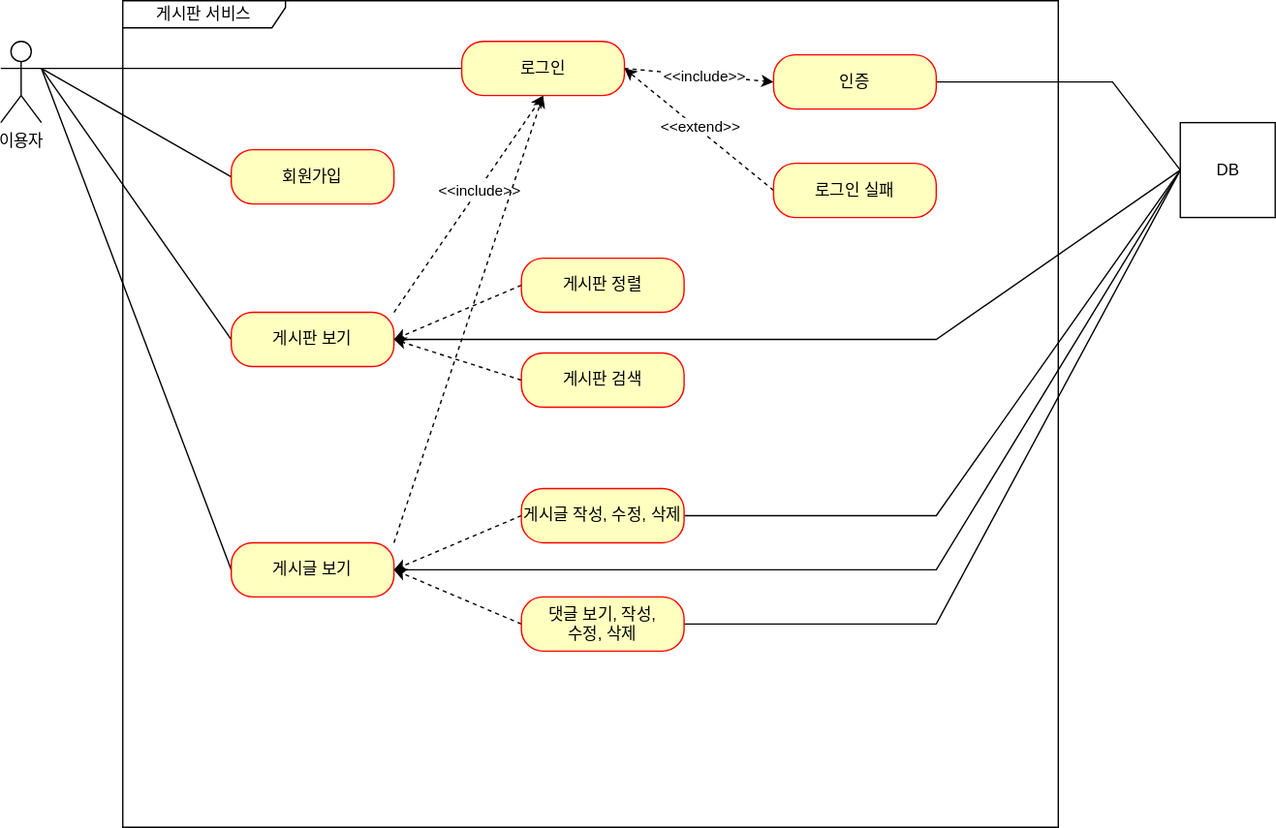
23Yong/Board keeps this draw.io diagram as document/use-case.svg. Above is the earlier version. Source tidied: cells renumbered, new cells last; positions are measured from the earlier drawing's top-left corner, leaving out a move shared by most shapes.
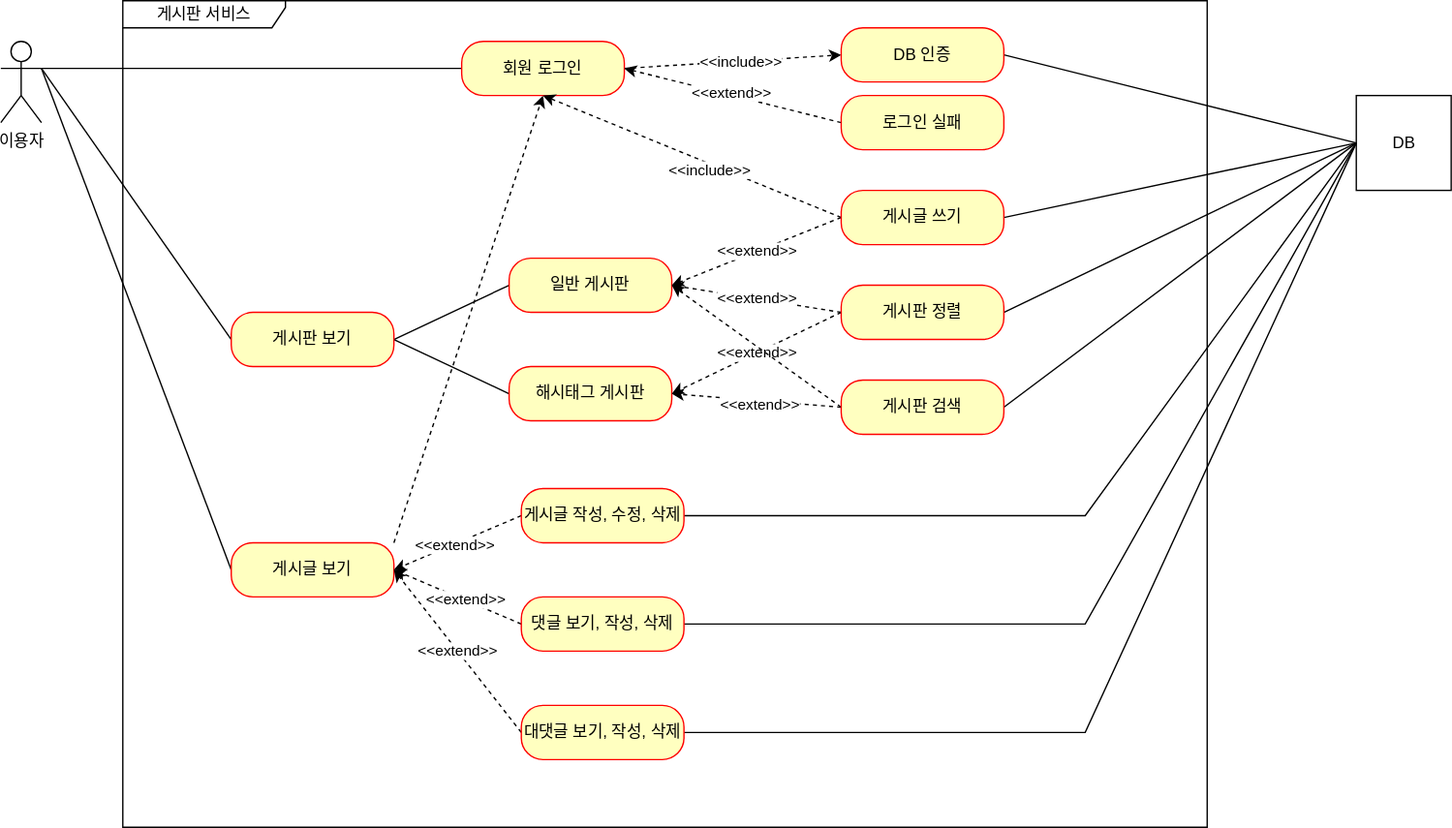
The same file after the commit.

Commit message:
#61 - usecase 업데이트: use-case.svg

What changed in the source:
```diff
@@ -3,33 +3,20 @@
     <mxCell id="0" />
     <mxCell id="1" parent="0" />
     <mxCell id="2" value="게시판 서비스" style="shape=umlFrame;whiteSpace=wrap;html=1;width=120;height=20;" parent="1" vertex="1">
-      <mxGeometry x="90" width="690" height="610" as="geometry" />
+      <mxGeometry x="90" width="800" height="610" as="geometry" />
     </mxCell>
     <mxCell id="3" value="이용자" style="shape=umlActor;verticalLabelPosition=bottom;verticalAlign=top;html=1;" parent="1" vertex="1">
       <mxGeometry y="30" width="30" height="60" as="geometry" />
     </mxCell>
-    <mxCell id="4" style="rounded=0;jettySize=auto;html=1;exitX=0;exitY=0.5;exitDx=0;exitDy=0;entryX=1;entryY=0.3333333333333333;entryDx=0;entryDy=0;entryPerimeter=0;strokeColor=default;endArrow=none;endFill=0;" parent="1" edge="1" source="5" target="3">
-      <mxGeometry relative="1" as="geometry" />
-    </mxCell>
-    <mxCell id="5" value="회원가입" style="rounded=1;whiteSpace=wrap;html=1;arcSize=40;fontColor=#000000;fillColor=#ffffc0;strokeColor=#ff0000;" parent="1" vertex="1">
-      <mxGeometry x="170" y="110" width="120" height="40" as="geometry" />
-    </mxCell>
     <mxCell id="6" style="rounded=0;jettySize=auto;html=1;exitX=0;exitY=0.5;exitDx=0;exitDy=0;entryX=1;entryY=0.3333333333333333;entryDx=0;entryDy=0;entryPerimeter=0;endArrow=none;endFill=0;strokeColor=default;" parent="1" edge="1" source="10" target="3">
       <mxGeometry relative="1" as="geometry" />
     </mxCell>
-    <mxCell id="7" style="edgeStyle=none;rounded=0;jettySize=auto;html=1;exitX=1;exitY=0;exitDx=0;exitDy=0;entryX=0.5;entryY=1;entryDx=0;entryDy=0;dashed=1;endArrow=classic;endFill=1;strokeColor=default;" parent="1" edge="1" source="10" target="18">
-      <mxGeometry relative="1" as="geometry" />
-    </mxCell>
-    <mxCell id="8" value="&amp;lt;&amp;lt;include&amp;gt;&amp;gt;" style="edgeLabel;html=1;align=center;verticalAlign=middle;" parent="7" vertex="1">
-      <mxGeometry x="0.13" relative="1" as="geometry" />
-    </mxCell>
-    <mxCell id="9" style="edgeStyle=none;rounded=0;jettySize=auto;html=1;exitX=1;exitY=0.5;exitDx=0;exitDy=0;entryX=0;entryY=0.5;entryDx=0;entryDy=0;endArrow=none;endFill=0;strokeColor=default;" parent="1" edge="1" source="10" target="34">
-      <mxGeometry relative="1" as="geometry">
-        <Array as="points">
-          <mxPoint x="690" y="250" />
-        </Array>
-      </mxGeometry>
-    </mxCell>
+    <mxCell id="35" style="rounded=0;jettySize=auto;html=1;exitX=1;exitY=0.5;exitDx=0;exitDy=0;entryX=0;entryY=0.5;entryDx=0;entryDy=0;endArrow=none;endFill=0;" parent="1" edge="1" source="10" target="39">
+      <mxGeometry relative="1" as="geometry" />
+    </mxCell>
+    <mxCell id="36" style="edgeStyle=none;rounded=0;jettySize=auto;html=1;exitX=1;exitY=0.5;exitDx=0;exitDy=0;entryX=0;entryY=0.5;entryDx=0;entryDy=0;endArrow=none;endFill=0;" parent="1" edge="1" source="10" target="40">
+      <mxGeometry relative="1" as="geometry" />
+    </mxCell>
     <mxCell id="10" value="게시판 보기" style="rounded=1;whiteSpace=wrap;html=1;arcSize=40;fontColor=#000000;fillColor=#ffffc0;strokeColor=#ff0000;" parent="1" vertex="1">
       <mxGeometry x="170" y="230" width="120" height="40" as="geometry" />
     </mxCell>
@@ -39,13 +26,6 @@
     <mxCell id="12" style="edgeStyle=none;rounded=0;jettySize=auto;html=1;exitX=1;exitY=0;exitDx=0;exitDy=0;dashed=1;endArrow=classic;endFill=1;strokeColor=default;entryX=0.5;entryY=1;entryDx=0;entryDy=0;" parent="1" edge="1" source="14" target="18">
       <mxGeometry relative="1" as="geometry" />
     </mxCell>
-    <mxCell id="13" style="edgeStyle=none;rounded=0;jettySize=auto;html=1;exitX=1;exitY=0.5;exitDx=0;exitDy=0;entryX=0;entryY=0.5;entryDx=0;entryDy=0;endArrow=none;endFill=0;strokeColor=default;" parent="1" edge="1" source="14" target="34">
-      <mxGeometry relative="1" as="geometry">
-        <Array as="points">
-          <mxPoint x="690" y="420" />
-        </Array>
-      </mxGeometry>
-    </mxCell>
     <mxCell id="14" value="게시글 보기" style="rounded=1;whiteSpace=wrap;html=1;arcSize=40;fontColor=#000000;fillColor=#ffffc0;strokeColor=#ff0000;" parent="1" vertex="1">
       <mxGeometry x="170" y="400" width="120" height="40" as="geometry" />
     </mxCell>
@@ -58,7 +38,7 @@
     <mxCell id="17" value="&amp;lt;&amp;lt;include&amp;gt;&amp;gt;" style="edgeLabel;html=1;align=center;verticalAlign=middle;" parent="16" vertex="1">
       <mxGeometry x="0.07" relative="1" as="geometry" />
     </mxCell>
-    <mxCell id="18" value="로그인" style="rounded=1;whiteSpace=wrap;html=1;arcSize=40;fontColor=#000000;fillColor=#ffffc0;strokeColor=#ff0000;" parent="1" vertex="1">
+    <mxCell id="18" value="회원 로그인" style="rounded=1;whiteSpace=wrap;html=1;arcSize=40;fontColor=#000000;fillColor=#ffffc0;strokeColor=#ff0000;" parent="1" vertex="1">
       <mxGeometry x="340" y="30" width="120" height="40" as="geometry" />
     </mxCell>
     <mxCell id="19" style="edgeStyle=none;rounded=0;jettySize=auto;html=1;exitX=1;exitY=0.5;exitDx=0;exitDy=0;entryX=0;entryY=0.5;entryDx=0;entryDy=0;endArrow=none;endFill=0;strokeColor=default;" parent="1" edge="1" source="20" target="34">
@@ -68,8 +48,8 @@
         </Array>
       </mxGeometry>
     </mxCell>
-    <mxCell id="20" value="인증" style="rounded=1;whiteSpace=wrap;html=1;arcSize=40;fontColor=#000000;fillColor=#ffffc0;strokeColor=#ff0000;" parent="1" vertex="1">
-      <mxGeometry x="570" y="40" width="120" height="40" as="geometry" />
+    <mxCell id="20" value="DB 인증" style="rounded=1;whiteSpace=wrap;html=1;arcSize=40;fontColor=#000000;fillColor=#ffffc0;strokeColor=#ff0000;" parent="1" vertex="1">
+      <mxGeometry x="620" y="20" width="120" height="40" as="geometry" />
     </mxCell>
     <mxCell id="21" style="edgeStyle=none;rounded=0;jettySize=auto;html=1;exitX=0;exitY=0.5;exitDx=0;exitDy=0;entryX=1;entryY=0.5;entryDx=0;entryDy=0;endArrow=classic;endFill=1;strokeColor=default;dashed=1;" parent="1" edge="1" source="23" target="18">
       <mxGeometry relative="1" as="geometry" />
@@ -78,27 +58,18 @@
       <mxGeometry x="0.02" y="-2" relative="1" as="geometry" />
     </mxCell>
     <mxCell id="23" value="로그인 실패" style="rounded=1;whiteSpace=wrap;html=1;arcSize=40;fontColor=#000000;fillColor=#ffffc0;strokeColor=#ff0000;" parent="1" vertex="1">
-      <mxGeometry x="570" y="120" width="120" height="40" as="geometry" />
+      <mxGeometry x="620" y="70" width="120" height="40" as="geometry" />
     </mxCell>
-    <mxCell id="24" style="edgeStyle=none;rounded=0;jettySize=auto;html=1;exitX=0;exitY=0.5;exitDx=0;exitDy=0;dashed=1;endArrow=classic;endFill=1;strokeColor=default;entryX=1;entryY=0.5;entryDx=0;entryDy=0;" parent="1" edge="1" source="25" target="10">
-      <mxGeometry relative="1" as="geometry" />
-    </mxCell>
-    <mxCell id="25" value="게시판 정렬" style="rounded=1;whiteSpace=wrap;html=1;arcSize=40;fontColor=#000000;fillColor=#ffffc0;strokeColor=#ff0000;" parent="1" vertex="1">
-      <mxGeometry x="384" y="190" width="120" height="40" as="geometry" />
-    </mxCell>
-    <mxCell id="26" style="edgeStyle=none;rounded=0;jettySize=auto;html=1;exitX=0;exitY=0.5;exitDx=0;exitDy=0;dashed=1;endArrow=classic;endFill=1;strokeColor=default;entryX=1;entryY=0.5;entryDx=0;entryDy=0;" parent="1" edge="1" source="27" target="10">
-      <mxGeometry relative="1" as="geometry" />
-    </mxCell>
-    <mxCell id="27" value="게시판 검색" style="rounded=1;whiteSpace=wrap;html=1;arcSize=40;fontColor=#000000;fillColor=#ffffc0;strokeColor=#ff0000;" parent="1" vertex="1">
-      <mxGeometry x="384" y="260" width="120" height="40" as="geometry" />
-    </mxCell>
     <mxCell id="28" style="edgeStyle=none;rounded=0;jettySize=auto;html=1;exitX=0;exitY=0.5;exitDx=0;exitDy=0;entryX=1;entryY=0.5;entryDx=0;entryDy=0;dashed=1;endArrow=classic;endFill=1;strokeColor=default;" parent="1" edge="1" source="30" target="14">
       <mxGeometry relative="1" as="geometry" />
     </mxCell>
+    <mxCell id="37" value="&amp;lt;&amp;lt;extend&amp;gt;&amp;gt;" style="edgeLabel;html=1;align=center;verticalAlign=middle;" parent="28" vertex="1">
+      <mxGeometry x="0.06" relative="1" as="geometry" />
+    </mxCell>
     <mxCell id="29" style="edgeStyle=none;rounded=0;jettySize=auto;html=1;exitX=1;exitY=0.5;exitDx=0;exitDy=0;endArrow=none;endFill=0;strokeColor=default;entryX=0;entryY=0.5;entryDx=0;entryDy=0;" parent="1" edge="1" source="30" target="34">
       <mxGeometry relative="1" as="geometry">
         <Array as="points">
-          <mxPoint x="690" y="380" />
+          <mxPoint x="800" y="380" />
         </Array>
       </mxGeometry>
     </mxCell>
@@ -108,18 +79,83 @@
     <mxCell id="31" style="edgeStyle=none;rounded=0;jettySize=auto;html=1;exitX=0;exitY=0.5;exitDx=0;exitDy=0;entryX=1;entryY=0.5;entryDx=0;entryDy=0;dashed=1;endArrow=classic;endFill=1;strokeColor=default;" parent="1" edge="1" source="33" target="14">
       <mxGeometry relative="1" as="geometry" />
     </mxCell>
+    <mxCell id="38" value="&amp;lt;&amp;lt;extend&amp;gt;&amp;gt;" style="edgeLabel;html=1;align=center;verticalAlign=middle;" parent="31" vertex="1">
+      <mxGeometry x="-0.1" y="-1" relative="1" as="geometry" />
+    </mxCell>
     <mxCell id="32" style="edgeStyle=none;rounded=0;jettySize=auto;html=1;exitX=1;exitY=0.5;exitDx=0;exitDy=0;entryX=0;entryY=0.5;entryDx=0;entryDy=0;endArrow=none;endFill=0;strokeColor=default;" parent="1" edge="1" source="33" target="34">
       <mxGeometry relative="1" as="geometry">
         <Array as="points">
-          <mxPoint x="690" y="460" />
+          <mxPoint x="800" y="460" />
         </Array>
       </mxGeometry>
     </mxCell>
-    <mxCell id="33" value="댓글 보기, 작성, &lt;br&gt;수정, 삭제" style="rounded=1;whiteSpace=wrap;html=1;arcSize=40;fontColor=#000000;fillColor=#ffffc0;strokeColor=#ff0000;" parent="1" vertex="1">
+    <mxCell id="33" value="댓글 보기, 작성,&amp;nbsp;삭제" style="rounded=1;whiteSpace=wrap;html=1;arcSize=40;fontColor=#000000;fillColor=#ffffc0;strokeColor=#ff0000;" parent="1" vertex="1">
       <mxGeometry x="384" y="440" width="120" height="40" as="geometry" />
     </mxCell>
     <mxCell id="34" value="DB" style="html=1;" parent="1" vertex="1">
-      <mxGeometry x="870" y="90" width="70" height="70" as="geometry" />
+      <mxGeometry x="1000" y="70" width="70" height="70" as="geometry" />
     </mxCell>
+    <mxCell id="39" value="일반 게시판" style="rounded=1;whiteSpace=wrap;html=1;arcSize=40;fontColor=#000000;fillColor=#ffffc0;strokeColor=#ff0000;" parent="1" vertex="1">
+      <mxGeometry x="375" y="190" width="120" height="40" as="geometry" />
+    </mxCell>
+    <mxCell id="40" value="해시태그 게시판" style="rounded=1;whiteSpace=wrap;html=1;arcSize=40;fontColor=#000000;fillColor=#ffffc0;strokeColor=#ff0000;" parent="1" vertex="1">
+      <mxGeometry x="375" y="270" width="120" height="40" as="geometry" />
+    </mxCell>
+    <mxCell id="41" value="&amp;lt;&amp;lt;extend&amp;gt;&amp;gt;" style="edgeStyle=none;rounded=0;jettySize=auto;html=1;exitX=0;exitY=0.5;exitDx=0;exitDy=0;entryX=1;entryY=0.5;entryDx=0;entryDy=0;endArrow=classic;endFill=1;dashed=1;" parent="1" edge="1" source="44" target="39">
+      <mxGeometry relative="1" as="geometry" />
+    </mxCell>
+    <mxCell id="42" style="edgeStyle=none;rounded=0;jettySize=auto;html=1;exitX=0;exitY=0.5;exitDx=0;exitDy=0;entryX=0.5;entryY=1;entryDx=0;entryDy=0;dashed=1;endArrow=classic;endFill=1;" parent="1" edge="1" source="44" target="18">
+      <mxGeometry relative="1" as="geometry" />
+    </mxCell>
+    <mxCell id="8" value="&amp;lt;&amp;lt;include&amp;gt;&amp;gt;" style="edgeLabel;html=1;align=center;verticalAlign=middle;" parent="42" vertex="1">
+      <mxGeometry x="-0.12" y="4" relative="1" as="geometry" />
+    </mxCell>
+    <mxCell id="43" style="edgeStyle=none;rounded=0;jettySize=auto;html=1;exitX=1;exitY=0.5;exitDx=0;exitDy=0;entryX=0;entryY=0.5;entryDx=0;entryDy=0;endArrow=none;endFill=0;elbow=vertical;" parent="1" edge="1" source="44" target="34">
+      <mxGeometry relative="1" as="geometry" />
+    </mxCell>
+    <mxCell id="44" value="게시글 쓰기" style="rounded=1;whiteSpace=wrap;html=1;arcSize=40;fontColor=#000000;fillColor=#ffffc0;strokeColor=#ff0000;" parent="1" vertex="1">
+      <mxGeometry x="620" y="140" width="120" height="40" as="geometry" />
+    </mxCell>
+    <mxCell id="45" value="&amp;lt;&amp;lt;extend&amp;gt;&amp;gt;" style="edgeStyle=none;rounded=0;jettySize=auto;html=1;exitX=0;exitY=0.5;exitDx=0;exitDy=0;entryX=1;entryY=0.5;entryDx=0;entryDy=0;dashed=1;endArrow=classic;endFill=1;" parent="1" edge="1" source="25" target="39">
+      <mxGeometry relative="1" as="geometry" />
+    </mxCell>
+    <mxCell id="46" value="&amp;lt;&amp;lt;extend&amp;gt;&amp;gt;" style="edgeStyle=none;rounded=0;jettySize=auto;html=1;exitX=0;exitY=0.5;exitDx=0;exitDy=0;entryX=1;entryY=0.5;entryDx=0;entryDy=0;dashed=1;endArrow=classic;endFill=1;" parent="1" edge="1" source="25" target="40">
+      <mxGeometry relative="1" as="geometry" />
+    </mxCell>
+    <mxCell id="47" style="edgeStyle=none;rounded=0;jettySize=auto;html=1;exitX=1;exitY=0.5;exitDx=0;exitDy=0;endArrow=none;endFill=0;elbow=vertical;entryX=0;entryY=0.5;entryDx=0;entryDy=0;" parent="1" edge="1" source="25" target="34">
+      <mxGeometry relative="1" as="geometry" />
+    </mxCell>
+    <mxCell id="25" value="게시판 정렬" style="rounded=1;whiteSpace=wrap;html=1;arcSize=40;fontColor=#000000;fillColor=#ffffc0;strokeColor=#ff0000;" parent="1" vertex="1">
+      <mxGeometry x="620" y="210" width="120" height="40" as="geometry" />
+    </mxCell>
+    <mxCell id="48" style="edgeStyle=none;rounded=0;jettySize=auto;html=1;exitX=0;exitY=0.5;exitDx=0;exitDy=0;entryX=1;entryY=0.5;entryDx=0;entryDy=0;dashed=1;endArrow=classic;endFill=1;" parent="1" edge="1" source="27" target="40">
+      <mxGeometry relative="1" as="geometry" />
+    </mxCell>
+    <mxCell id="49" value="&amp;lt;&amp;lt;extend&amp;gt;&amp;gt;" style="edgeLabel;html=1;align=center;verticalAlign=middle;" parent="48" vertex="1">
+      <mxGeometry x="-0.03" y="2" relative="1" as="geometry" />
+    </mxCell>
+    <mxCell id="50" style="edgeStyle=none;rounded=0;jettySize=auto;html=1;exitX=0;exitY=0.5;exitDx=0;exitDy=0;entryX=1;entryY=0.5;entryDx=0;entryDy=0;dashed=1;endArrow=classic;endFill=1;" parent="1" edge="1" source="27" target="39">
+      <mxGeometry relative="1" as="geometry" />
+    </mxCell>
+    <mxCell id="51" style="edgeStyle=none;rounded=0;jettySize=auto;html=1;exitX=1;exitY=0.5;exitDx=0;exitDy=0;entryX=0;entryY=0.5;entryDx=0;entryDy=0;endArrow=none;endFill=0;elbow=vertical;" parent="1" edge="1" source="27" target="34">
+      <mxGeometry relative="1" as="geometry" />
+    </mxCell>
+    <mxCell id="27" value="게시판 검색" style="rounded=1;whiteSpace=wrap;html=1;arcSize=40;fontColor=#000000;fillColor=#ffffc0;strokeColor=#ff0000;" parent="1" vertex="1">
+      <mxGeometry x="620" y="280" width="120" height="40" as="geometry" />
+    </mxCell>
+    <mxCell id="52" value="&amp;lt;&amp;lt;extend&amp;gt;&amp;gt;" style="edgeStyle=none;rounded=0;jettySize=auto;html=1;exitX=0;exitY=0.5;exitDx=0;exitDy=0;entryX=1;entryY=0.5;entryDx=0;entryDy=0;dashed=1;endArrow=classic;endFill=1;" parent="1" edge="1" source="54" target="14">
+      <mxGeometry relative="1" as="geometry" />
+    </mxCell>
+    <mxCell id="53" style="rounded=0;jettySize=auto;html=1;exitX=1;exitY=0.5;exitDx=0;exitDy=0;entryX=0;entryY=0.5;entryDx=0;entryDy=0;endArrow=none;endFill=0;elbow=vertical;" parent="1" edge="1" source="54" target="34">
+      <mxGeometry relative="1" as="geometry">
+        <Array as="points">
+          <mxPoint x="690" y="540" />
+          <mxPoint x="800" y="540" />
+        </Array>
+      </mxGeometry>
+    </mxCell>
+    <mxCell id="54" value="대댓글 보기, 작성,&amp;nbsp;삭제" style="rounded=1;whiteSpace=wrap;html=1;arcSize=40;fontColor=#000000;fillColor=#ffffc0;strokeColor=#ff0000;" parent="1" vertex="1">
+      <mxGeometry x="384" y="520" width="120" height="40" as="geometry" />
+    </mxCell>
   </root>
 </mxGraphModel>
```
